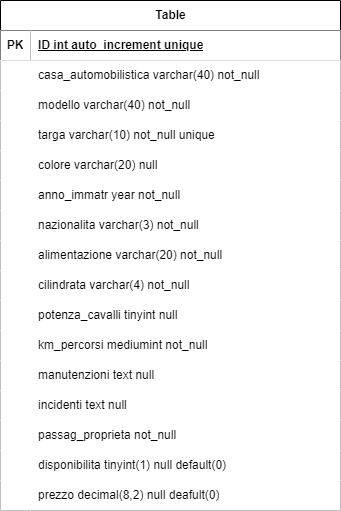
This is DB-auto-usate.drawio.png from AndreaGul/db-first, a draw.io export, as it was before one commit. Source tidied: cells renumbered, new cells last; positions are measured from the earlier drawing's top-left corner, leaving out a move shared by most shapes.
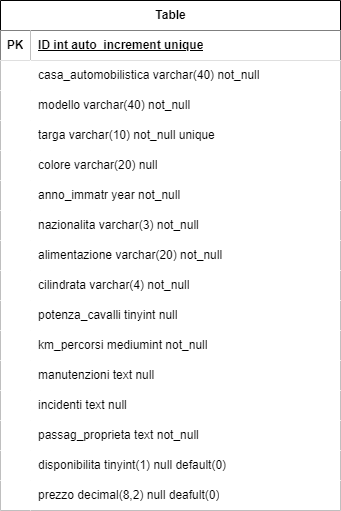
Later version of the same file.

Commit message:
fix: correzione di un attributo

Change to the diagram source:
```diff
@@ -128,7 +128,7 @@
     <mxCell id="43" style="shape=partialRectangle;top=0;left=0;bottom=0;right=0;overflow=hidden;whiteSpace=wrap;html=1;" parent="42" vertex="1">
       <mxGeometry width="30" height="30" as="geometry" />
     </mxCell>
-    <mxCell id="44" value="passag_proprieta not_null" style="shape=partialRectangle;top=0;left=0;bottom=0;right=0;align=left;spacingLeft=6;overflow=hidden;whiteSpace=wrap;html=1;" parent="42" vertex="1">
+    <mxCell id="44" value="passag_proprieta text not_null" style="shape=partialRectangle;top=0;left=0;bottom=0;right=0;align=left;spacingLeft=6;overflow=hidden;whiteSpace=wrap;html=1;" parent="42" vertex="1">
       <mxGeometry x="30" width="310" height="30" as="geometry" />
     </mxCell>
     <mxCell id="45" style="shape=tableRow;horizontal=0;startSize=0;swimlaneHead=0;swimlaneBody=0;top=0;left=0;right=0;bottom=0;" parent="2" vertex="1">
```
